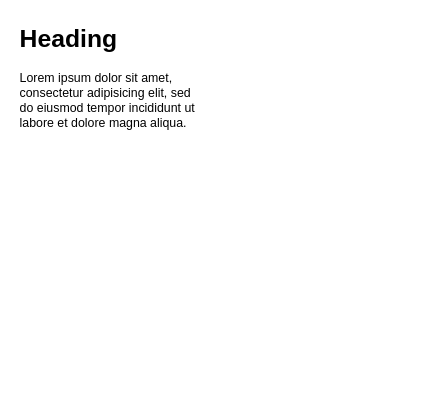
Above: page "Onsitecheck" (3 of 3) of meterTest.drawio in gialla1987/test-meter (draw.io), before the change. Source tidied: cells renumbered, new cells numbered last; positions are measured from the earlier drawing's top-left corner, leaving out a move shared by most shapes. Both pictures are drawn from the tidied source at 103%, with x=0, y=0 at pixel (18, 18).
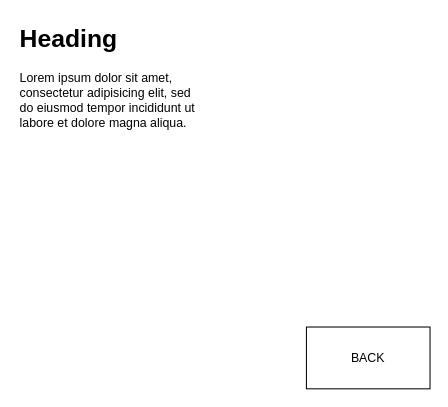
The same page after the edit.

The edit, as a diff of the source:
```diff
@@
 <mxGraphModel>
   <root>
     <mxCell id="0" />
     <mxCell id="1" parent="0" />
     <mxCell id="2" value="&lt;h1 style=&quot;margin-top: 0px;&quot;&gt;Heading&lt;/h1&gt;&lt;p&gt;Lorem ipsum dolor sit amet, consectetur adipisicing elit, sed do eiusmod tempor incididunt ut labore et dolore magna aliqua.&lt;/p&gt;" style="text;html=1;whiteSpace=wrap;overflow=hidden;rounded=0;" parent="1" vertex="1">
       <mxGeometry width="180" height="120" as="geometry" />
     </mxCell>
+    <mxCell id="3" value="BACK" style="rounded=0;whiteSpace=wrap;html=1;" parent="1" vertex="1">
+      <mxGeometry x="280" y="300" width="120" height="60" as="geometry" />
+    </mxCell>
   </root>
 </mxGraphModel>
```
